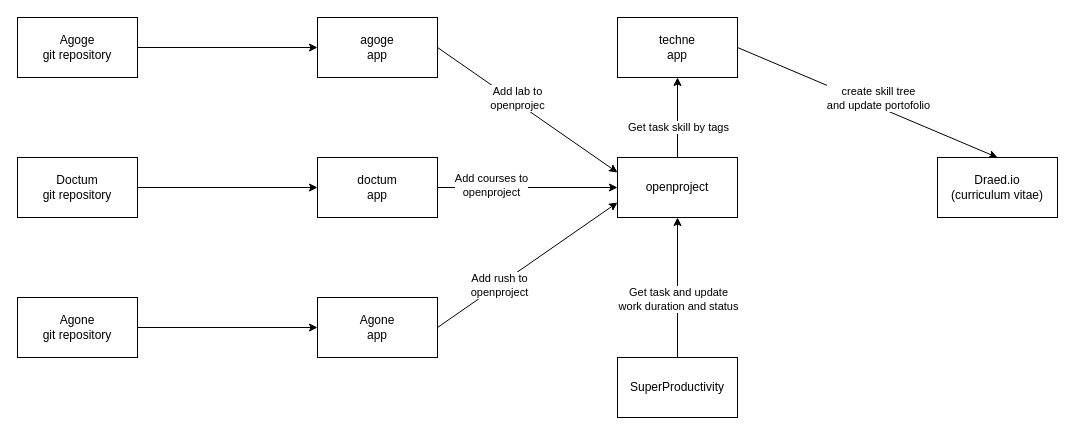
The draw.io diagram procedures/technical_procedures/project_mgmt-procedures/project_task_mgmt.drawio in tiny-company/tiny-company-main, before the edit. Source tidied: cells renumbered, new cells numbered last; positions are measured from the earlier drawing's top-left corner, leaving out a move shared by most shapes. Both pictures are drawn from the tidied source at 100%, with x=0, y=0 at pixel (17, 17).
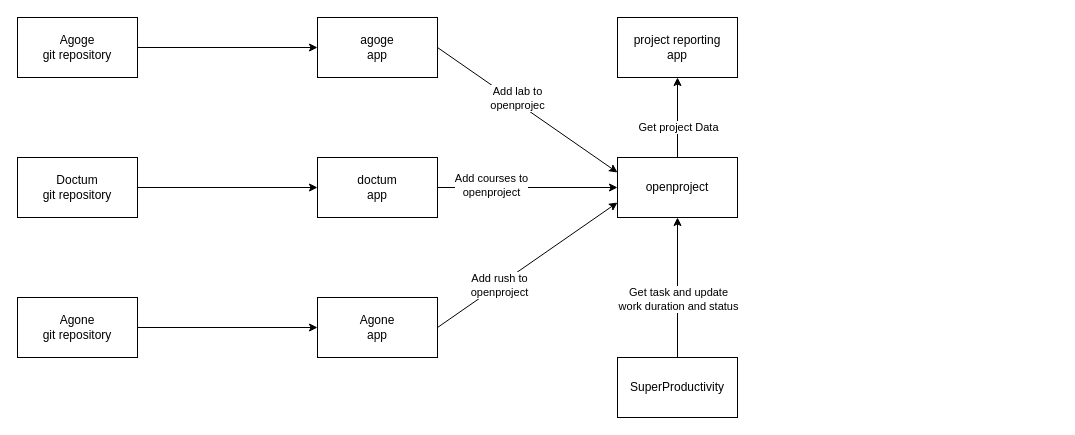
Above is the later version.

Unchanged cells that the change refers to:
```xml
<mxCell id="5" style="edgeStyle=none;html=1;exitX=0.5;exitY=0;exitDx=0;exitDy=0;entryX=0.5;entryY=1;entryDx=0;entryDy=0;" parent="1" edge="1" source="7" target="26">
  <mxGeometry relative="1" as="geometry" />
</mxCell>
```

Change to the diagram source:
```diff
@@
-    <mxCell id="6" value="Get task skill by tags" style="edgeLabel;html=1;align=center;verticalAlign=middle;" parent="5" vertex="1">
+    <mxCell id="6" value="Get project Data" style="edgeLabel;html=1;align=center;verticalAlign=middle;" parent="5" vertex="1">
       <mxGeometry x="-0.23" relative="1" as="geometry" />
     </mxCell>
@@
-    <mxCell id="23" value="Draed.io&lt;br&gt;(curriculum vitae)" style="rounded=0;whiteSpace=wrap;html=1;" parent="1" vertex="1">
-      <mxGeometry x="920" y="140" width="120" height="60" as="geometry" />
-    </mxCell>
-    <mxCell id="24" style="edgeStyle=none;html=1;exitX=1;exitY=0.5;exitDx=0;exitDy=0;entryX=0.5;entryY=0;entryDx=0;entryDy=0;" parent="1" edge="1" source="26" target="23">
-      <mxGeometry relative="1" as="geometry" />
-    </mxCell>
-    <mxCell id="25" value="create skill tree&lt;br&gt;and update portofolio" style="edgeLabel;html=1;align=center;verticalAlign=middle;" parent="24" vertex="1">
-      <mxGeometry x="-0.29" y="1" relative="1" as="geometry">
-        <mxPoint x="48" y="12" as="offset" />
-      </mxGeometry>
-    </mxCell>
-    <mxCell id="26" value="techne&lt;br&gt;app" style="rounded=0;whiteSpace=wrap;html=1;" parent="1" vertex="1">
+    <mxCell id="26" value="project reporting&lt;br&gt;app" style="rounded=0;whiteSpace=wrap;html=1;" parent="1" vertex="1">
       <mxGeometry x="600" width="120" height="60" as="geometry" />
     </mxCell>
```
